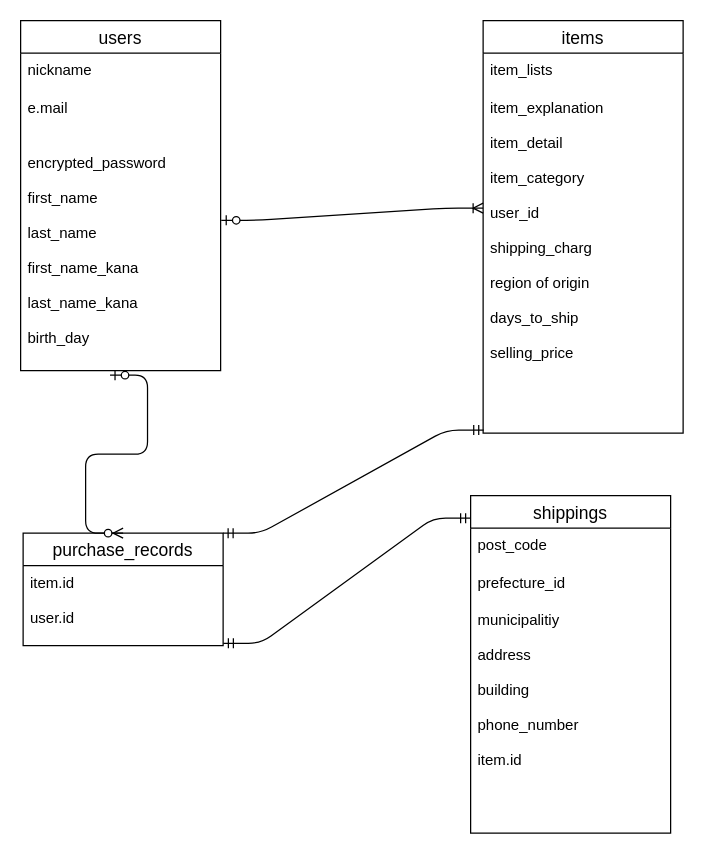
This is test.dio from isukacoffee/furima-38197, a draw.io file, before an edit. Source tidied: cells renumbered, new cells numbered last; positions are measured from the earlier drawing's top-left corner, leaving out a move shared by most shapes. Both pictures are drawn from the tidied source at 125%, with x=0, y=0 at pixel (20, 20).
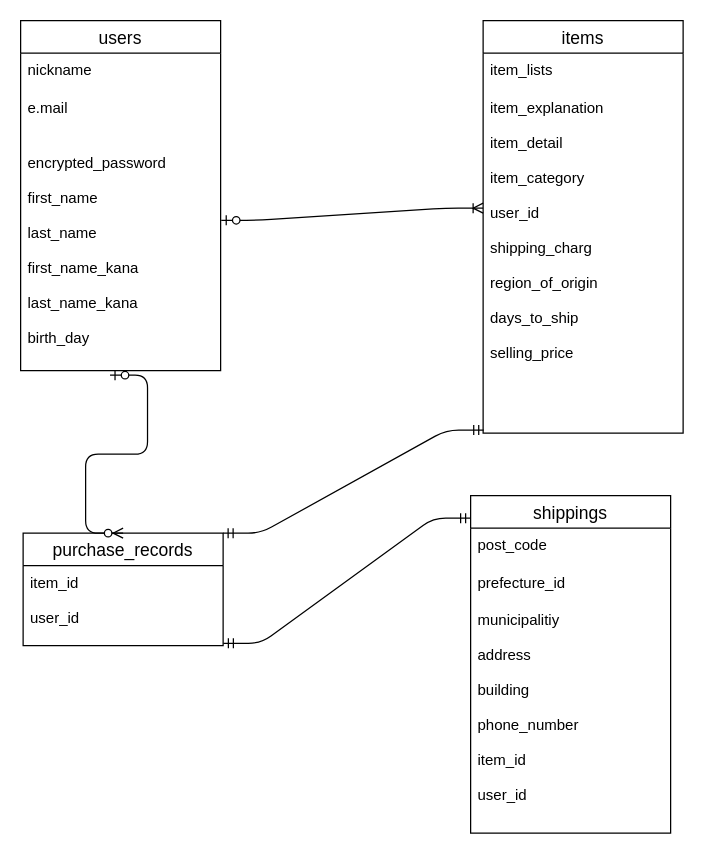
After the change.

The change refers to these unchanged cells:
```xml
<mxCell id="6" value="items" style="swimlane;fontStyle=0;horizontal=1;startSize=26;align=center;fontSize=14;" parent="1" vertex="1">
  <mxGeometry x="370" width="160" height="330" as="geometry" />
</mxCell>
<mxCell id="9" value="purchase_records" style="swimlane;fontStyle=0;horizontal=1;startSize=26;align=center;fontSize=14;" parent="1" vertex="1">
  <mxGeometry x="2" y="410" width="160" height="90" as="geometry" />
</mxCell>
<mxCell id="11" value="shippings" style="swimlane;fontStyle=0;horizontal=1;startSize=26;align=center;fontSize=14;" parent="1" vertex="1">
  <mxGeometry x="360" y="380" width="160" height="270" as="geometry" />
</mxCell>
```

Change to the diagram source:
```diff
@@
-    <mxCell id="8" value="item_explanation&#10;&#10;item_detail&#10;&#10;item_category&#10;&#10;user_id&#10;&#10;shipping_charg&#10;&#10;region of origin&#10;&#10;days_to_ship&#10;&#10;selling_price" style="text;strokeColor=none;fillColor=none;spacingLeft=4;spacingRight=4;overflow=hidden;points=[[0,0.5],[1,0.5]];portConstraint=eastwest;fontSize=12;" parent="6" vertex="1">
+    <mxCell id="8" value="item_explanation&#10;&#10;item_detail&#10;&#10;item_category&#10;&#10;user_id&#10;&#10;shipping_charg&#10;&#10;region_of_origin&#10;&#10;days_to_ship&#10;&#10;selling_price" style="text;strokeColor=none;fillColor=none;spacingLeft=4;spacingRight=4;overflow=hidden;points=[[0,0.5],[1,0.5]];portConstraint=eastwest;fontSize=12;" parent="6" vertex="1">
       <mxGeometry y="56" width="160" height="274" as="geometry" />
     </mxCell>
@@
-    <mxCell id="10" value="item.id&#10;&#10;user.id" style="text;strokeColor=none;fillColor=none;spacingLeft=4;spacingRight=4;overflow=hidden;fontSize=12;" parent="9" vertex="1">
+    <mxCell id="10" value="item_id&#10;&#10;user_id" style="text;strokeColor=none;fillColor=none;spacingLeft=4;spacingRight=4;overflow=hidden;fontSize=12;" parent="9" vertex="1">
       <mxGeometry y="26" width="160" height="64" as="geometry" />
     </mxCell>
@@
-    <mxCell id="14" value="municipalitiy&#10;&#10;address&#10;&#10;building&#10;&#10;phone_number&#10;&#10;item.id&#10;&#10;&#10;" style="text;strokeColor=none;fillColor=none;spacingLeft=4;spacingRight=4;overflow=hidden;fontSize=12;" parent="11" vertex="1">
+    <mxCell id="14" value="municipalitiy&#10;&#10;address&#10;&#10;building&#10;&#10;phone_number&#10;&#10;item_id&#10;&#10;user_id&#10;" style="text;strokeColor=none;fillColor=none;spacingLeft=4;spacingRight=4;overflow=hidden;fontSize=12;" parent="11" vertex="1">
       <mxGeometry y="86" width="160" height="184" as="geometry" />
     </mxCell>
```
